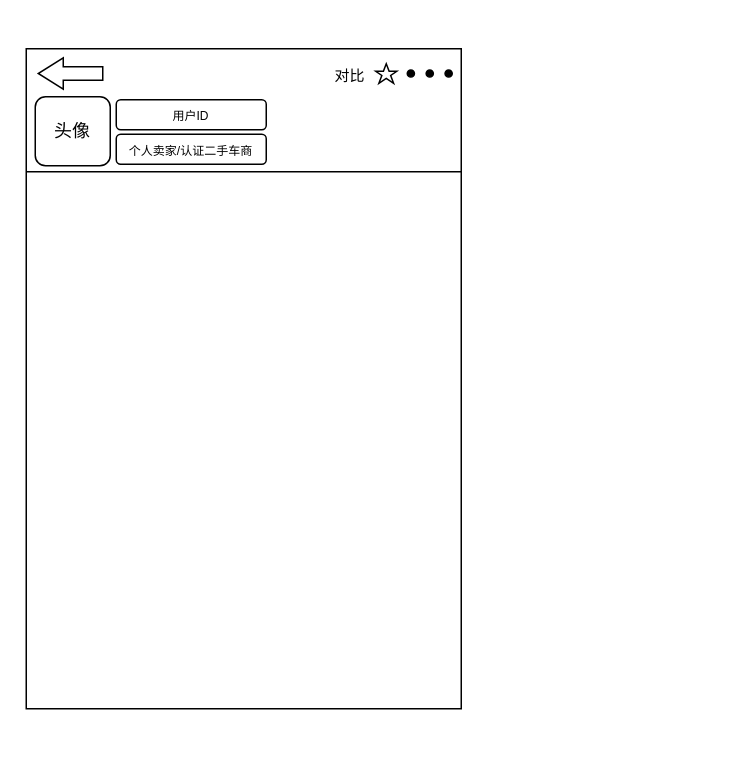
Earlier version of the draw.io diagram 下单页.drawio (MoWan-inc/sketch). Source tidied: cells renumbered, new cells numbered last; positions are measured from the earlier drawing's top-left corner, leaving out a move shared by most shapes. Both pictures are drawn from the tidied source at 150%, with x=0, y=0 at pixel (26, 48).
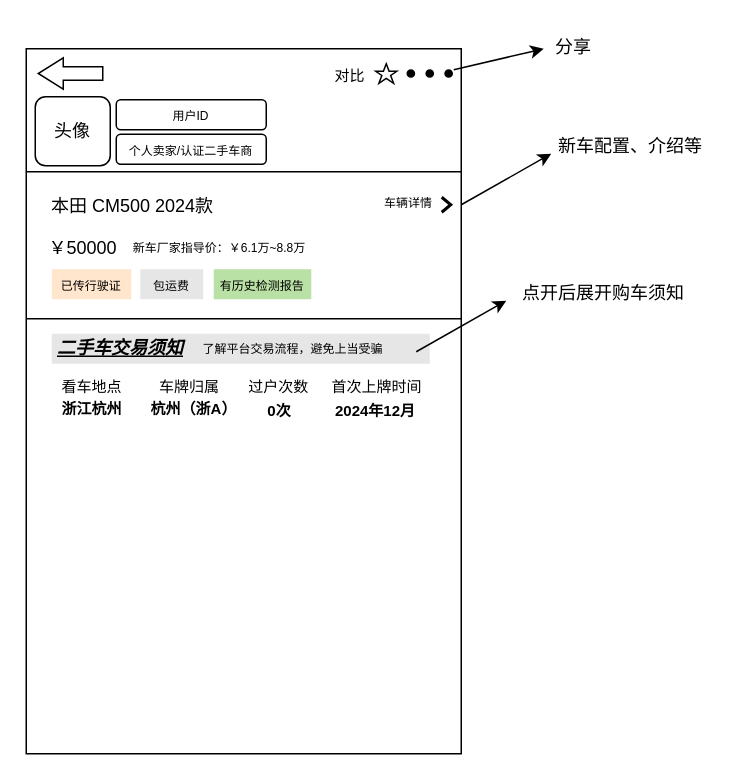
The same diagram, later.

Commit message (it also covers changes not shown here):
更新下单页.drawio

The edit, as a diff of the source:
```diff
@@
     <mxCell id="2" style="rounded=0;whiteSpace=wrap;html=1;" parent="1" vertex="1">
-      <mxGeometry width="290" height="440" as="geometry" />
+      <mxGeometry width="290" height="470" as="geometry" />
     </mxCell>
@@
+    <mxCell id="12" style="endArrow=none;html=1;rounded=0;" parent="1" edge="1">
+      <mxGeometry relative="1" as="geometry">
+        <mxPoint y="180" as="sourcePoint" />
+        <mxPoint x="290" y="180" as="targetPoint" />
+        <Array as="points">
+          <mxPoint x="290" y="180" />
+        </Array>
+      </mxGeometry>
+    </mxCell>
+    <mxCell id="13" value="本田 CM500 2024款" style="text;strokeColor=none;align=center;fillColor=none;html=1;verticalAlign=middle;whiteSpace=wrap;rounded=0;" parent="1" vertex="1">
+      <mxGeometry x="6" y="90" width="130" height="30" as="geometry" />
+    </mxCell>
+    <mxCell id="14" value="&lt;font style=&quot;font-size: 8px;&quot;&gt;车辆详情&lt;/font&gt;" style="text;strokeColor=none;align=center;fillColor=none;html=1;verticalAlign=middle;whiteSpace=wrap;rounded=0;" parent="1" vertex="1">
+      <mxGeometry x="225" y="87" width="60" height="30" as="geometry" />
+    </mxCell>
+    <mxCell id="15" style="html=1;verticalLabelPosition=bottom;labelBackgroundColor=#ffffff;verticalAlign=top;shadow=0;dashed=0;strokeWidth=2;shape=mxgraph.ios7.misc.right;strokeColor=#000000;fillColor=light-dark(#000000,var(--ge-dark-color, #121212));" parent="1" vertex="1">
+      <mxGeometry x="277" y="99" width="6" height="10" as="geometry" />
+    </mxCell>
+    <mxCell id="16" value="￥50000" style="text;strokeColor=none;align=center;fillColor=none;html=1;verticalAlign=middle;whiteSpace=wrap;rounded=0;" parent="1" vertex="1">
+      <mxGeometry x="8" y="118" width="60" height="30" as="geometry" />
+    </mxCell>
+    <mxCell id="17" value="&lt;font style=&quot;font-size: 8px;&quot;&gt;新车厂家指导价：￥6.1万~8.8万&lt;/font&gt;" style="text;strokeColor=none;align=center;fillColor=none;html=1;verticalAlign=middle;whiteSpace=wrap;rounded=0;" parent="1" vertex="1">
+      <mxGeometry x="64" y="117" width="130" height="30" as="geometry" />
+    </mxCell>
+    <mxCell id="18" style="endArrow=classic;html=1;rounded=0;" parent="1" edge="1">
+      <mxGeometry relative="1" as="geometry">
+        <mxPoint x="290" y="104" as="sourcePoint" />
+        <mxPoint x="350" y="70" as="targetPoint" />
+      </mxGeometry>
+    </mxCell>
+    <mxCell id="19" value="新车配置、介绍等" style="text;strokeColor=none;align=center;fillColor=none;html=1;verticalAlign=middle;whiteSpace=wrap;rounded=0;" parent="1" vertex="1">
+      <mxGeometry x="338" y="50" width="130" height="30" as="geometry" />
+    </mxCell>
+    <mxCell id="20" value="&lt;font style=&quot;font-size: 8px;&quot;&gt;已传行驶证&lt;/font&gt;" style="text;strokeColor=none;align=center;fillColor=#FFE6CC;html=1;verticalAlign=middle;whiteSpace=wrap;rounded=0;" parent="1" vertex="1">
+      <mxGeometry x="17" y="147" width="53" height="20" as="geometry" />
+    </mxCell>
+    <mxCell id="21" value="&lt;font style=&quot;font-size: 8px;&quot;&gt;包运费&lt;/font&gt;" style="text;strokeColor=none;align=center;fillColor=#E6E6E6;html=1;verticalAlign=middle;whiteSpace=wrap;rounded=0;" parent="1" vertex="1">
+      <mxGeometry x="76" y="147" width="42" height="20" as="geometry" />
+    </mxCell>
+    <mxCell id="22" value="&lt;font style=&quot;font-size: 8px; color: rgb(0, 0, 0);&quot;&gt;有历史检测报告&lt;/font&gt;" style="text;strokeColor=none;align=center;fillColor=#B9E0A5;html=1;verticalAlign=middle;whiteSpace=wrap;rounded=0;" parent="1" vertex="1">
+      <mxGeometry x="125" y="147" width="65" height="20" as="geometry" />
+    </mxCell>
+    <mxCell id="23" style="endArrow=classic;html=1;rounded=0;" parent="1" edge="1">
+      <mxGeometry relative="1" as="geometry">
+        <mxPoint x="285" y="14" as="sourcePoint" />
+        <mxPoint x="345" as="targetPoint" />
+      </mxGeometry>
+    </mxCell>
+    <mxCell id="24" value="分享" style="text;strokeColor=none;align=center;fillColor=none;html=1;verticalAlign=middle;whiteSpace=wrap;rounded=0;" parent="1" vertex="1">
+      <mxGeometry x="300" y="-15.9" width="130" height="30" as="geometry" />
+    </mxCell>
+    <mxCell id="25" style="text;strokeColor=none;align=center;fillColor=#E6E6E6;html=1;verticalAlign=middle;whiteSpace=wrap;rounded=0;" parent="1" vertex="1">
+      <mxGeometry x="17" y="190" width="252" height="20" as="geometry" />
+    </mxCell>
+    <mxCell id="26" value="&lt;font face=&quot;Comic Sans MS&quot;&gt;&lt;i&gt;&lt;u&gt;&lt;b&gt;二手车交易须知&lt;/b&gt;&lt;/u&gt;&lt;/i&gt;&lt;/font&gt;" style="text;strokeColor=none;align=center;fillColor=none;html=1;verticalAlign=middle;whiteSpace=wrap;rounded=0;" parent="1" vertex="1">
+      <mxGeometry x="8" y="185" width="110" height="30" as="geometry" />
+    </mxCell>
+    <mxCell id="27" value="&lt;font style=&quot;font-size: 8px;&quot;&gt;了解平台交易流程，避免上当受骗&lt;/font&gt;" style="text;strokeColor=none;align=center;fillColor=none;html=1;verticalAlign=middle;whiteSpace=wrap;rounded=0;" parent="1" vertex="1">
+      <mxGeometry x="83" y="184" width="190" height="30" as="geometry" />
+    </mxCell>
+    <mxCell id="28" style="endArrow=classic;html=1;rounded=0;" parent="1" edge="1">
+      <mxGeometry relative="1" as="geometry">
+        <mxPoint x="260" y="202" as="sourcePoint" />
+        <mxPoint x="320" y="168" as="targetPoint" />
+      </mxGeometry>
+    </mxCell>
+    <mxCell id="29" value="点开后展开购车须知" style="text;strokeColor=none;align=center;fillColor=none;html=1;verticalAlign=middle;whiteSpace=wrap;rounded=0;" parent="1" vertex="1">
+      <mxGeometry x="320" y="148" width="130" height="30" as="geometry" />
+    </mxCell>
+    <mxCell id="30" value="&lt;font style=&quot;font-size: 10px;&quot;&gt;看车地点&lt;/font&gt;" style="text;strokeColor=none;align=center;fillColor=none;html=1;verticalAlign=middle;whiteSpace=wrap;rounded=0;" parent="1" vertex="1">
+      <mxGeometry x="13.5" y="210" width="60" height="30" as="geometry" />
+    </mxCell>
+    <mxCell id="31" value="&lt;font style=&quot;font-size: 10px;&quot;&gt;&lt;b&gt;浙江杭州&lt;/b&gt;&lt;/font&gt;" style="text;strokeColor=none;align=center;fillColor=none;html=1;verticalAlign=middle;whiteSpace=wrap;rounded=0;" parent="1" vertex="1">
+      <mxGeometry x="13.5" y="225" width="60" height="30" as="geometry" />
+    </mxCell>
+    <mxCell id="32" value="&lt;font style=&quot;font-size: 10px;&quot;&gt;车牌归属&lt;/font&gt;" style="text;strokeColor=none;align=center;fillColor=none;html=1;verticalAlign=middle;whiteSpace=wrap;rounded=0;" parent="1" vertex="1">
+      <mxGeometry x="79" y="210" width="60" height="30" as="geometry" />
+    </mxCell>
+    <mxCell id="33" value="&lt;font style=&quot;font-size: 10px;&quot;&gt;&lt;b&gt;杭州（浙A）&lt;/b&gt;&lt;/font&gt;" style="text;strokeColor=none;align=center;fillColor=none;html=1;verticalAlign=middle;whiteSpace=wrap;rounded=0;" parent="1" vertex="1">
+      <mxGeometry x="77" y="225" width="70" height="30" as="geometry" />
+    </mxCell>
+    <mxCell id="34" value="&lt;font style=&quot;font-size: 10px;&quot;&gt;过户次数&lt;/font&gt;" style="text;strokeColor=none;align=center;fillColor=none;html=1;verticalAlign=middle;whiteSpace=wrap;rounded=0;" parent="1" vertex="1">
+      <mxGeometry x="138" y="210" width="61" height="30" as="geometry" />
+    </mxCell>
+    <mxCell id="35" value="&lt;font style=&quot;font-size: 10px;&quot;&gt;&lt;b&gt;0次&lt;/b&gt;&lt;/font&gt;" style="text;strokeColor=none;align=center;fillColor=none;html=1;verticalAlign=middle;whiteSpace=wrap;rounded=0;" parent="1" vertex="1">
+      <mxGeometry x="134" y="226" width="70" height="30" as="geometry" />
+    </mxCell>
+    <mxCell id="36" value="&lt;font style=&quot;font-size: 10px;&quot;&gt;首次上牌时间&lt;/font&gt;" style="text;strokeColor=none;align=center;fillColor=none;html=1;verticalAlign=middle;whiteSpace=wrap;rounded=0;" parent="1" vertex="1">
+      <mxGeometry x="198" y="210" width="72" height="30" as="geometry" />
+    </mxCell>
+    <mxCell id="37" value="&lt;font style=&quot;font-size: 10px;&quot;&gt;&lt;b&gt;2024年12月&lt;/b&gt;&lt;/font&gt;" style="text;strokeColor=none;align=center;fillColor=none;html=1;verticalAlign=middle;whiteSpace=wrap;rounded=0;" parent="1" vertex="1">
+      <mxGeometry x="198" y="226" width="70" height="30" as="geometry" />
+    </mxCell>
```
